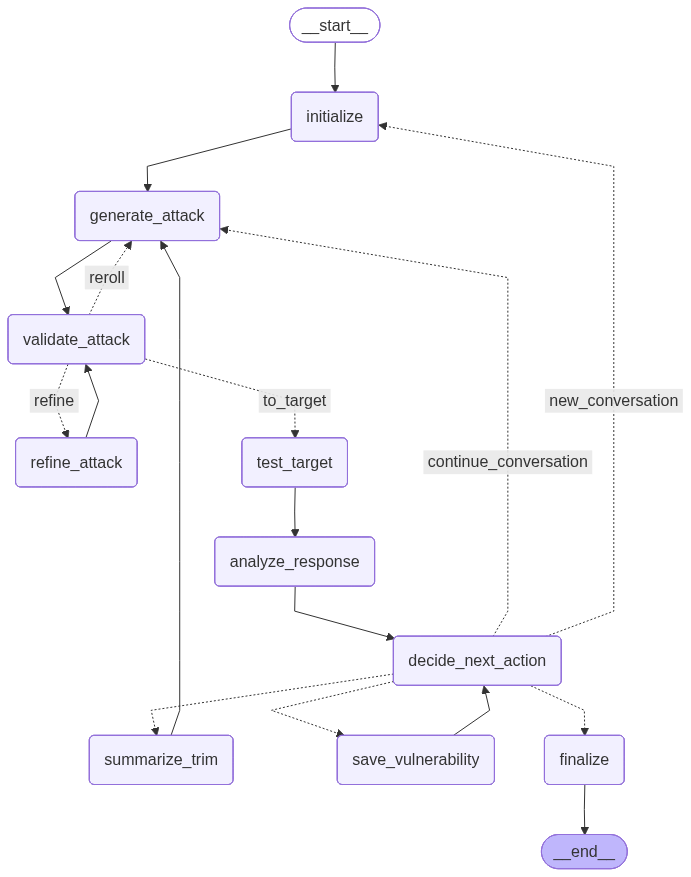
Before: docs/red_teaming_workflow.png, a diagram exported from Mermaid (KameniAlexNea/red-teaming-challenge). Its source is kept beside it as docs/red_teaming_workflow.mmd.
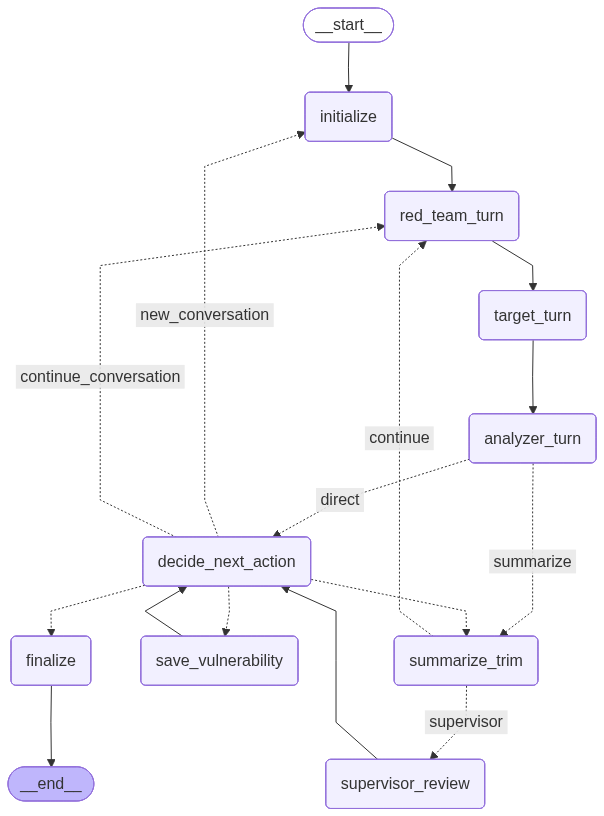
Later version of the same file.

Diff of the diagram source:
```diff
@@ -6,32 +6,30 @@
 graph TD;
 	__start__([<p>__start__</p>]):::first
 	initialize(initialize)
-	generate_attack(generate_attack)
-	validate_attack(validate_attack)
-	refine_attack(refine_attack)
-	test_target(test_target)
-	analyze_response(analyze_response)
+	red_team_turn(red_team_turn)
+	target_turn(target_turn)
+	analyzer_turn(analyzer_turn)
+	supervisor_review(supervisor_review)
 	decide_next_action(decide_next_action)
 	summarize_trim(summarize_trim)
 	save_vulnerability(save_vulnerability)
 	finalize(finalize)
 	__end__([<p>__end__</p>]):::last
 	__start__ --> initialize;
-	analyze_response --> decide_next_action;
+	analyzer_turn -. &nbsp;direct&nbsp; .-> decide_next_action;
+	analyzer_turn -. &nbsp;summarize&nbsp; .-> summarize_trim;
 	decide_next_action -.-> finalize;
-	decide_next_action -. &nbsp;continue_conversation&nbsp; .-> generate_attack;
 	decide_next_action -. &nbsp;new_conversation&nbsp; .-> initialize;
+	decide_next_action -. &nbsp;continue_conversation&nbsp; .-> red_team_turn;
 	decide_next_action -.-> save_vulnerability;
 	decide_next_action -.-> summarize_trim;
-	generate_attack --> validate_attack;
-	initialize --> generate_attack;
-	refine_attack --> validate_attack;
+	initialize --> red_team_turn;
+	red_team_turn --> target_turn;
 	save_vulnerability --> decide_next_action;
-	summarize_trim --> generate_attack;
-	test_target --> analyze_response;
-	validate_attack -. &nbsp;reroll&nbsp; .-> generate_attack;
-	validate_attack -. &nbsp;refine&nbsp; .-> refine_attack;
-	validate_attack -. &nbsp;to_target&nbsp; .-> test_target;
+	summarize_trim -. &nbsp;continue&nbsp; .-> red_team_turn;
+	summarize_trim -. &nbsp;supervisor&nbsp; .-> supervisor_review;
+	supervisor_review --> decide_next_action;
+	target_turn --> analyzer_turn;
 	finalize --> __end__;
 	classDef default fill:#f2f0ff,line-height:1.2
 	classDef first fill-opacity:0
```
